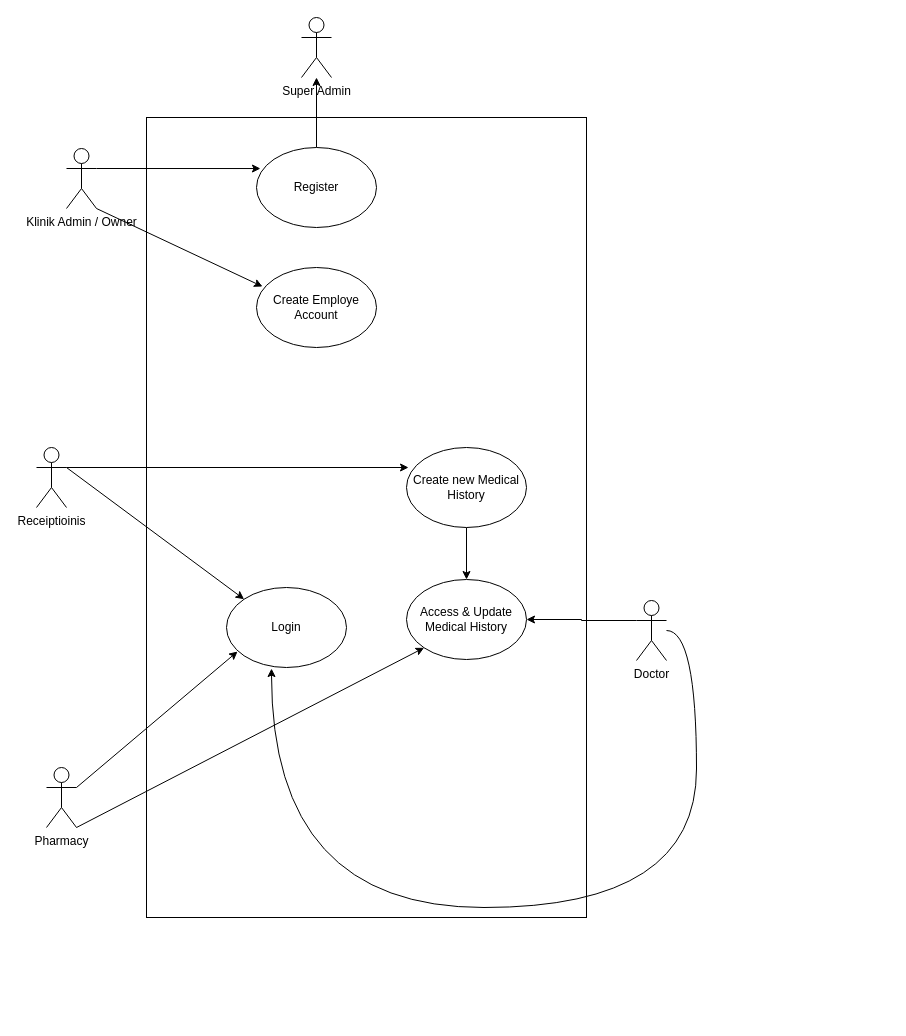
The draw.io diagram page "use-case" (2 of 7) of klinik-use-case-diagram.drawio in rrahmatn/dfd_erd_uml, before the edit. Source tidied: cells renumbered, new cells numbered last; positions are measured from the earlier drawing's top-left corner, leaving out a move shared by most shapes. Both pictures are drawn from the tidied source at 100%, with x=0, y=0 at pixel (36, 17).
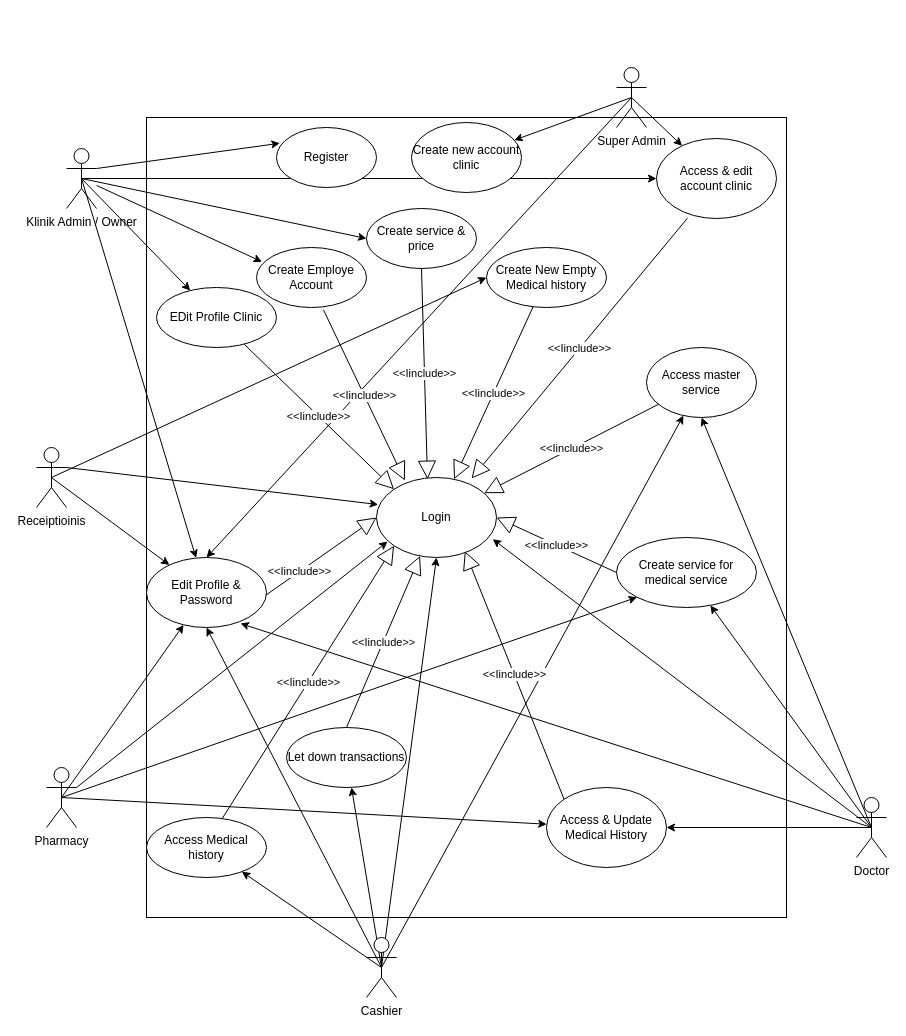
Above is the later version.

Unchanged cells that the change refers to:
```xml
<mxCell id="4" value="Klinik Admin / Owner" style="shape=umlActor;verticalLabelPosition=bottom;verticalAlign=top;html=1;outlineConnect=0;" parent="1" vertex="1">
  <mxGeometry x="30" y="131" width="30" height="60" as="geometry" />
</mxCell>
<mxCell id="10" value="Pharmacy" style="shape=umlActor;verticalLabelPosition=bottom;verticalAlign=top;html=1;outlineConnect=0;" parent="1" vertex="1">
  <mxGeometry x="10" y="750" width="30" height="60" as="geometry" />
</mxCell>
<mxCell id="12" value="Receiptioinis" style="shape=umlActor;verticalLabelPosition=bottom;verticalAlign=top;html=1;outlineConnect=0;" parent="1" vertex="1">
  <mxGeometry y="430" width="30" height="60" as="geometry" />
</mxCell>
```

What changed in the source:
```diff
@@
     <mxCell id="2" style="rounded=0;whiteSpace=wrap;html=1;" parent="1" vertex="1">
-      <mxGeometry x="110" y="100" width="440" height="800" as="geometry" />
+      <mxGeometry x="110" y="100" width="640" height="800" as="geometry" />
     </mxCell>
+    <mxCell id="23" style="rounded=0;jettySize=auto;html=1;exitX=0.5;exitY=0.5;exitDx=0;exitDy=0;exitPerimeter=0;entryX=0.5;entryY=0;entryDx=0;entryDy=0;" parent="1" edge="1" source="3" target="53">
+      <mxGeometry relative="1" as="geometry" />
+    </mxCell>
+    <mxCell id="24" style="rounded=0;jettySize=auto;html=1;exitX=0.5;exitY=0.5;exitDx=0;exitDy=0;exitPerimeter=0;" parent="1" edge="1" source="3" target="44">
+      <mxGeometry relative="1" as="geometry" />
+    </mxCell>
+    <mxCell id="25" style="rounded=0;jettySize=auto;html=1;exitX=0.5;exitY=0.5;exitDx=0;exitDy=0;exitPerimeter=0;" parent="1" edge="1" source="3" target="45">
+      <mxGeometry relative="1" as="geometry" />
+    </mxCell>
     <mxCell id="3" value="Super Admin" style="shape=umlActor;verticalLabelPosition=bottom;verticalAlign=top;html=1;outlineConnect=0;" parent="1" vertex="1">
-      <mxGeometry x="265" width="30" height="60" as="geometry" />
+      <mxGeometry x="580" y="50" width="30" height="60" as="geometry" />
     </mxCell>
+    <mxCell id="26" style="rounded=0;jettySize=auto;html=1;exitX=0.5;exitY=0.5;exitDx=0;exitDy=0;exitPerimeter=0;entryX=0;entryY=0.5;entryDx=0;entryDy=0;" parent="1" edge="1" source="4" target="40">
+      <mxGeometry relative="1" as="geometry" />
+    </mxCell>
+    <mxCell id="27" style="rounded=0;jettySize=auto;html=1;exitX=0.5;exitY=0.5;exitDx=0;exitDy=0;exitPerimeter=0;" parent="1" edge="1" source="4" target="53">
+      <mxGeometry relative="1" as="geometry" />
+    </mxCell>
+    <mxCell id="28" style="rounded=0;jettySize=auto;html=1;exitX=0.5;exitY=0.5;exitDx=0;exitDy=0;exitPerimeter=0;" parent="1" edge="1" source="4" target="45">
+      <mxGeometry relative="1" as="geometry" />
+    </mxCell>
+    <mxCell id="29" style="rounded=0;jettySize=auto;html=1;exitX=0.5;exitY=0.5;exitDx=0;exitDy=0;exitPerimeter=0;" parent="1" edge="1" source="4" target="56">
+      <mxGeometry relative="1" as="geometry" />
+    </mxCell>
@@
-    <mxCell id="5" style="edgeStyle=orthogonalEdgeStyle;rounded=0;jettySize=auto;html=1;exitX=0.5;exitY=0;exitDx=0;exitDy=0;" parent="1" edge="1" source="6" target="3">
-      <mxGeometry relative="1" as="geometry" />
-    </mxCell>
     <mxCell id="6" value="Register" style="ellipse;whiteSpace=wrap;html=1;" parent="1" vertex="1">
-      <mxGeometry x="220" y="130" width="120" height="80" as="geometry" />
+      <mxGeometry x="240" y="110" width="100" height="60" as="geometry" />
     </mxCell>
     <mxCell id="7" value="Create Employe Account" style="ellipse;whiteSpace=wrap;html=1;" parent="1" vertex="1">
-      <mxGeometry x="220" y="250" width="120" height="80" as="geometry" />
+      <mxGeometry x="220" y="230" width="110" height="60" as="geometry" />
     </mxCell>
-    <mxCell id="8" style="rounded=0;jettySize=auto;html=1;exitX=1;exitY=1;exitDx=0;exitDy=0;exitPerimeter=0;entryX=0.05;entryY=0.238;entryDx=0;entryDy=0;entryPerimeter=0;" parent="1" edge="1" source="4" target="7">
+    <mxCell id="8" style="rounded=0;jettySize=auto;html=1;entryX=0.05;entryY=0.238;entryDx=0;entryDy=0;entryPerimeter=0;" parent="1" edge="1" source="4" target="7">
       <mxGeometry relative="1" as="geometry" />
     </mxCell>
-    <mxCell id="9" style="rounded=0;jettySize=auto;html=1;exitX=1;exitY=1;exitDx=0;exitDy=0;exitPerimeter=0;entryX=0;entryY=1;entryDx=0;entryDy=0;" parent="1" edge="1" source="10" target="19">
+    <mxCell id="9" style="rounded=0;jettySize=auto;html=1;exitX=0.5;exitY=0.5;exitDx=0;exitDy=0;exitPerimeter=0;" parent="1" edge="1" source="10" target="19">
       <mxGeometry relative="1" as="geometry" />
     </mxCell>
+    <mxCell id="30" style="rounded=0;jettySize=auto;html=1;exitX=0.5;exitY=0.5;exitDx=0;exitDy=0;exitPerimeter=0;" parent="1" edge="1" source="10" target="53">
+      <mxGeometry relative="1" as="geometry" />
+    </mxCell>
+    <mxCell id="31" style="rounded=0;jettySize=auto;html=1;exitX=0.5;exitY=0.5;exitDx=0;exitDy=0;exitPerimeter=0;entryX=0;entryY=1;entryDx=0;entryDy=0;" parent="1" edge="1" source="10" target="58">
+      <mxGeometry relative="1" as="geometry" />
+    </mxCell>
@@
-    <mxCell id="11" style="rounded=0;jettySize=auto;html=1;exitX=1;exitY=0.3333333333333333;exitDx=0;exitDy=0;exitPerimeter=0;entryX=0;entryY=0;entryDx=0;entryDy=0;" parent="1" edge="1" source="12" target="13">
+    <mxCell id="11" style="rounded=0;jettySize=auto;html=1;exitX=1;exitY=0.3333333333333333;exitDx=0;exitDy=0;exitPerimeter=0;entryX=0.014;entryY=0.338;entryDx=0;entryDy=0;entryPerimeter=0;" parent="1" edge="1" source="12" target="13">
       <mxGeometry relative="1" as="geometry" />
     </mxCell>
+    <mxCell id="18" style="rounded=0;jettySize=auto;html=1;exitX=0.5;exitY=0.5;exitDx=0;exitDy=0;exitPerimeter=0;entryX=0;entryY=0.5;entryDx=0;entryDy=0;" parent="1" edge="1" source="12" target="17">
+      <mxGeometry relative="1" as="geometry" />
+    </mxCell>
+    <mxCell id="32" style="rounded=0;jettySize=auto;html=1;exitX=0.5;exitY=0.5;exitDx=0;exitDy=0;exitPerimeter=0;" parent="1" edge="1" source="12" target="53">
+      <mxGeometry relative="1" as="geometry" />
+    </mxCell>
@@
+    <mxCell id="14" style="rounded=0;jettySize=auto;html=1;exitX=1;exitY=0.3333333333333333;exitDx=0;exitDy=0;exitPerimeter=0;entryX=0.092;entryY=0.8;entryDx=0;entryDy=0;entryPerimeter=0;" parent="1" edge="1" source="10" target="13">
+      <mxGeometry relative="1" as="geometry" />
+    </mxCell>
+    <mxCell id="20" style="rounded=0;jettySize=auto;html=1;exitX=0.5;exitY=0.5;exitDx=0;exitDy=0;exitPerimeter=0;" parent="1" edge="1" source="21" target="19">
+      <mxGeometry relative="1" as="geometry" />
+    </mxCell>
+    <mxCell id="33" style="rounded=0;jettySize=auto;html=1;exitX=0.5;exitY=0.5;exitDx=0;exitDy=0;exitPerimeter=0;entryX=0.5;entryY=1;entryDx=0;entryDy=0;" parent="1" edge="1" source="21" target="46">
+      <mxGeometry relative="1" as="geometry" />
+    </mxCell>
+    <mxCell id="34" style="rounded=0;jettySize=auto;html=1;exitX=0.5;exitY=0.5;exitDx=0;exitDy=0;exitPerimeter=0;" parent="1" edge="1" source="21" target="58">
+      <mxGeometry relative="1" as="geometry" />
+    </mxCell>
+    <mxCell id="21" value="Doctor" style="shape=umlActor;verticalLabelPosition=bottom;verticalAlign=top;html=1;outlineConnect=0;" parent="1" vertex="1">
+      <mxGeometry x="820" y="780" width="30" height="60" as="geometry" />
+    </mxCell>
+    <mxCell id="35" style="rounded=0;jettySize=auto;html=1;exitX=0.5;exitY=0.5;exitDx=0;exitDy=0;exitPerimeter=0;entryX=0.5;entryY=1;entryDx=0;entryDy=0;" parent="1" edge="1" source="39" target="13">
+      <mxGeometry relative="1" as="geometry" />
+    </mxCell>
+    <mxCell id="36" style="rounded=0;jettySize=auto;html=1;exitX=0.5;exitY=0.5;exitDx=0;exitDy=0;exitPerimeter=0;entryX=0.5;entryY=1;entryDx=0;entryDy=0;" parent="1" edge="1" source="39" target="53">
+      <mxGeometry relative="1" as="geometry" />
+    </mxCell>
+    <mxCell id="37" style="rounded=0;jettySize=auto;html=1;exitX=0.5;exitY=0.5;exitDx=0;exitDy=0;exitPerimeter=0;" parent="1" edge="1" source="39" target="46">
+      <mxGeometry relative="1" as="geometry" />
+    </mxCell>
+    <mxCell id="38" style="rounded=0;jettySize=auto;html=1;exitX=0.5;exitY=0.5;exitDx=0;exitDy=0;exitPerimeter=0;" parent="1" edge="1" source="39" target="60">
+      <mxGeometry relative="1" as="geometry" />
+    </mxCell>
+    <mxCell id="39" value="Cashier" style="shape=umlActor;verticalLabelPosition=bottom;verticalAlign=top;html=1;" parent="1" vertex="1">
+      <mxGeometry x="330" y="920" width="30" height="60" as="geometry" />
+    </mxCell>
+    <mxCell id="22" style="rounded=0;jettySize=auto;html=1;exitX=0.5;exitY=0.5;exitDx=0;exitDy=0;exitPerimeter=0;entryX=0.969;entryY=0.771;entryDx=0;entryDy=0;entryPerimeter=0;" parent="1" edge="1" source="21" target="13">
+      <mxGeometry relative="1" as="geometry" />
+    </mxCell>
+    <mxCell id="40" value="Create service &amp;amp; price" style="ellipse;whiteSpace=wrap;html=1;" parent="1" vertex="1">
+      <mxGeometry x="330" y="191" width="110" height="60" as="geometry" />
+    </mxCell>
+    <mxCell id="41" value="Access Medical history" style="ellipse;whiteSpace=wrap;html=1;" parent="1" vertex="1">
+      <mxGeometry x="110" y="800" width="120" height="60" as="geometry" />
+    </mxCell>
+    <mxCell id="42" style="rounded=0;jettySize=auto;html=1;exitX=0.5;exitY=0.5;exitDx=0;exitDy=0;exitPerimeter=0;" parent="1" edge="1" source="39" target="41">
+      <mxGeometry relative="1" as="geometry" />
+    </mxCell>
+    <mxCell id="43" style="rounded=0;jettySize=auto;html=1;exitX=0.5;exitY=0.5;exitDx=0;exitDy=0;exitPerimeter=0;entryX=0.783;entryY=0.943;entryDx=0;entryDy=0;entryPerimeter=0;" parent="1" edge="1" source="21" target="53">
+      <mxGeometry relative="1" as="geometry" />
+    </mxCell>
+    <mxCell id="44" value="Create new account clinic" style="ellipse;whiteSpace=wrap;html=1;" parent="1" vertex="1">
+      <mxGeometry x="375" y="105" width="110" height="70" as="geometry" />
+    </mxCell>
+    <mxCell id="45" value="Access &amp;amp; edit account clinic" style="ellipse;whiteSpace=wrap;html=1;" parent="1" vertex="1">
+      <mxGeometry x="620" y="121" width="120" height="80" as="geometry" />
+    </mxCell>
+    <mxCell id="46" value="Access master service" style="ellipse;whiteSpace=wrap;html=1;" parent="1" vertex="1">
+      <mxGeometry x="610" y="330" width="110" height="70" as="geometry" />
+    </mxCell>
+    <mxCell id="47" value="&amp;lt;&amp;lt;Iinclude&amp;gt;&amp;gt;" style="endArrow=block;endSize=16;endFill=0;html=1;rounded=0;exitX=0.631;exitY=0.976;exitDx=0;exitDy=0;exitPerimeter=0;entryX=0;entryY=0.5;entryDx=0;entryDy=0;" parent="1" edge="1" source="53" target="13">
+      <mxGeometry relative="1" as="geometry" />
+    </mxCell>
+    <mxCell id="48" value="&amp;lt;&amp;lt;Iinclude&amp;gt;&amp;gt;" style="endArrow=block;endSize=16;endFill=0;html=1;rounded=0;" parent="1" edge="1" source="17" target="13">
+      <mxGeometry relative="1" as="geometry" />
+    </mxCell>
+    <mxCell id="49" value="&amp;lt;&amp;lt;Iinclude&amp;gt;&amp;gt;" style="endArrow=block;endSize=16;endFill=0;html=1;rounded=0;entryX=0.736;entryY=0.921;entryDx=0;entryDy=0;entryPerimeter=0;exitX=0;exitY=0;exitDx=0;exitDy=0;" parent="1" edge="1" source="19" target="13">
+      <mxGeometry relative="1" as="geometry" />
+    </mxCell>
+    <mxCell id="19" value="Access &amp;amp; Update Medical History" style="ellipse;whiteSpace=wrap;html=1;" parent="1" vertex="1">
+      <mxGeometry x="510" y="770" width="120" height="80" as="geometry" />
+    </mxCell>
+    <mxCell id="50" value="&amp;lt;&amp;lt;Iinclude&amp;gt;&amp;gt;" style="endArrow=block;endSize=16;endFill=0;html=1;rounded=0;entryX=0;entryY=1;entryDx=0;entryDy=0;exitX=0.631;exitY=0.017;exitDx=0;exitDy=0;exitPerimeter=0;" parent="1" edge="1" source="41" target="13">
+      <mxGeometry relative="1" as="geometry" />
+    </mxCell>
+    <mxCell id="51" value="&amp;lt;&amp;lt;Iinclude&amp;gt;&amp;gt;" style="endArrow=block;endSize=16;endFill=0;html=1;rounded=0;exitX=0.258;exitY=0.996;exitDx=0;exitDy=0;exitPerimeter=0;entryX=0.792;entryY=0.013;entryDx=0;entryDy=0;entryPerimeter=0;" parent="1" edge="1" source="45" target="13">
+      <mxGeometry relative="1" as="geometry" />
+    </mxCell>
+    <mxCell id="17" value="Create New Empty Medical history" style="ellipse;whiteSpace=wrap;html=1;" parent="1" vertex="1">
+      <mxGeometry x="450" y="230" width="120" height="60" as="geometry" />
+    </mxCell>
+    <mxCell id="52" value="&amp;lt;&amp;lt;Iinclude&amp;gt;&amp;gt;" style="endArrow=block;endSize=16;endFill=0;html=1;rounded=0;exitX=0.5;exitY=1;exitDx=0;exitDy=0;entryX=0.425;entryY=0.021;entryDx=0;entryDy=0;entryPerimeter=0;" parent="1" edge="1" source="40" target="13">
+      <mxGeometry relative="1" as="geometry" />
+    </mxCell>
+    <mxCell id="53" value="Edit Profile &amp;amp; Password" style="ellipse;whiteSpace=wrap;html=1;" parent="1" vertex="1">
+      <mxGeometry x="110" y="540" width="120" height="70" as="geometry" />
+    </mxCell>
+    <mxCell id="15" style="rounded=0;jettySize=auto;html=1;exitX=1;exitY=0.3333333333333333;exitDx=0;exitDy=0;exitPerimeter=0;entryX=0.033;entryY=0.263;entryDx=0;entryDy=0;entryPerimeter=0;" parent="1" edge="1" source="4" target="6">
+      <mxGeometry relative="1" as="geometry" />
+    </mxCell>
     <mxCell id="13" value="Login" style="ellipse;whiteSpace=wrap;html=1;" parent="1" vertex="1">
-      <mxGeometry x="190" y="570" width="120" height="80" as="geometry" />
+      <mxGeometry x="340" y="460" width="120" height="80" as="geometry" />
     </mxCell>
-    <mxCell id="14" style="rounded=0;jettySize=auto;html=1;exitX=1;exitY=0.3333333333333333;exitDx=0;exitDy=0;exitPerimeter=0;entryX=0.092;entryY=0.8;entryDx=0;entryDy=0;entryPerimeter=0;" parent="1" edge="1" source="10" target="13">
-      <mxGeometry relative="1" as="geometry" />
-    </mxCell>
-    <mxCell id="15" style="edgeStyle=orthogonalEdgeStyle;rounded=0;jettySize=auto;html=1;exitX=1;exitY=0.3333333333333333;exitDx=0;exitDy=0;exitPerimeter=0;entryX=0.033;entryY=0.263;entryDx=0;entryDy=0;entryPerimeter=0;" parent="1" edge="1" source="4" target="6">
-      <mxGeometry relative="1" as="geometry" />
-    </mxCell>
-    <mxCell id="16" style="edgeStyle=orthogonalEdgeStyle;rounded=0;jettySize=auto;html=1;" parent="1" edge="1" source="17" target="19">
-      <mxGeometry relative="1" as="geometry" />
-    </mxCell>
-    <mxCell id="17" value="Create new Medical History" style="ellipse;whiteSpace=wrap;html=1;" parent="1" vertex="1">
-      <mxGeometry x="370" y="430" width="120" height="80" as="geometry" />
-    </mxCell>
-    <mxCell id="18" style="edgeStyle=orthogonalEdgeStyle;rounded=0;jettySize=auto;html=1;exitX=1;exitY=0.3333333333333333;exitDx=0;exitDy=0;exitPerimeter=0;entryX=0.017;entryY=0.25;entryDx=0;entryDy=0;entryPerimeter=0;" parent="1" edge="1" source="12" target="17">
-      <mxGeometry relative="1" as="geometry" />
-    </mxCell>
-    <mxCell id="19" value="Access &amp;amp; Update Medical History" style="ellipse;whiteSpace=wrap;html=1;" parent="1" vertex="1">
-      <mxGeometry x="370" y="562" width="120" height="80" as="geometry" />
-    </mxCell>
-    <mxCell id="20" style="edgeStyle=orthogonalEdgeStyle;rounded=0;jettySize=auto;html=1;exitX=0;exitY=0.3333333333333333;exitDx=0;exitDy=0;exitPerimeter=0;entryX=1;entryY=0.5;entryDx=0;entryDy=0;" parent="1" edge="1" source="21" target="19">
-      <mxGeometry relative="1" as="geometry" />
-    </mxCell>
-    <mxCell id="21" value="Doctor" style="shape=umlActor;verticalLabelPosition=bottom;verticalAlign=top;html=1;outlineConnect=0;" parent="1" vertex="1">
-      <mxGeometry x="600" y="583" width="30" height="60" as="geometry" />
-    </mxCell>
-    <mxCell id="22" style="edgeStyle=orthogonalEdgeStyle;rounded=0;jettySize=auto;html=1;entryX=0.375;entryY=1.013;entryDx=0;entryDy=0;entryPerimeter=0;curved=1;" parent="1" edge="1" source="21" target="13">
-      <mxGeometry relative="1" as="geometry">
-        <Array as="points">
-          <mxPoint x="660" y="613" />
-          <mxPoint x="660" y="890" />
-          <mxPoint x="235" y="890" />
-        </Array>
-      </mxGeometry>
-    </mxCell>
+    <mxCell id="54" value="&amp;lt;&amp;lt;Iinclude&amp;gt;&amp;gt;" style="endArrow=block;endSize=16;endFill=0;html=1;rounded=0;" parent="1" edge="1" source="46" target="13">
+      <mxGeometry relative="1" as="geometry" />
+    </mxCell>
+    <mxCell id="55" value="&amp;lt;&amp;lt;Iinclude&amp;gt;&amp;gt;" style="endArrow=block;endSize=16;endFill=0;html=1;rounded=0;entryX=0.236;entryY=0.038;entryDx=0;entryDy=0;entryPerimeter=0;exitX=0.609;exitY=1.039;exitDx=0;exitDy=0;exitPerimeter=0;" parent="1" edge="1" source="7" target="13">
+      <mxGeometry relative="1" as="geometry" />
+    </mxCell>
+    <mxCell id="56" value="EDit Profile Clinic" style="ellipse;whiteSpace=wrap;html=1;" parent="1" vertex="1">
+      <mxGeometry x="120" y="270" width="120" height="60" as="geometry" />
+    </mxCell>
+    <mxCell id="57" value="&amp;lt;&amp;lt;Iinclude&amp;gt;&amp;gt;" style="endArrow=block;endSize=16;endFill=0;html=1;rounded=0;entryX=0;entryY=0;entryDx=0;entryDy=0;" parent="1" edge="1" source="56" target="13">
+      <mxGeometry relative="1" as="geometry" />
+    </mxCell>
+    <mxCell id="58" value="Create service for medical service" style="ellipse;whiteSpace=wrap;html=1;" parent="1" vertex="1">
+      <mxGeometry x="580" y="520" width="140" height="70" as="geometry" />
+    </mxCell>
+    <mxCell id="59" value="&amp;lt;&amp;lt;Iinclude&amp;gt;&amp;gt;" style="endArrow=block;endSize=16;endFill=0;html=1;rounded=0;entryX=1;entryY=0.5;entryDx=0;entryDy=0;exitX=0;exitY=0.5;exitDx=0;exitDy=0;" parent="1" edge="1" source="58" target="13">
+      <mxGeometry relative="1" as="geometry" />
+    </mxCell>
+    <mxCell id="60" value="Let down transactions" style="ellipse;whiteSpace=wrap;html=1;" parent="1" vertex="1">
+      <mxGeometry x="250" y="710" width="120" height="60" as="geometry" />
+    </mxCell>
+    <mxCell id="61" value="&amp;lt;&amp;lt;Iinclude&amp;gt;&amp;gt;" style="endArrow=block;endSize=16;endFill=0;html=1;rounded=0;exitX=0.5;exitY=0;exitDx=0;exitDy=0;" parent="1" edge="1" source="60" target="13">
+      <mxGeometry relative="1" as="geometry" />
+    </mxCell>
```
